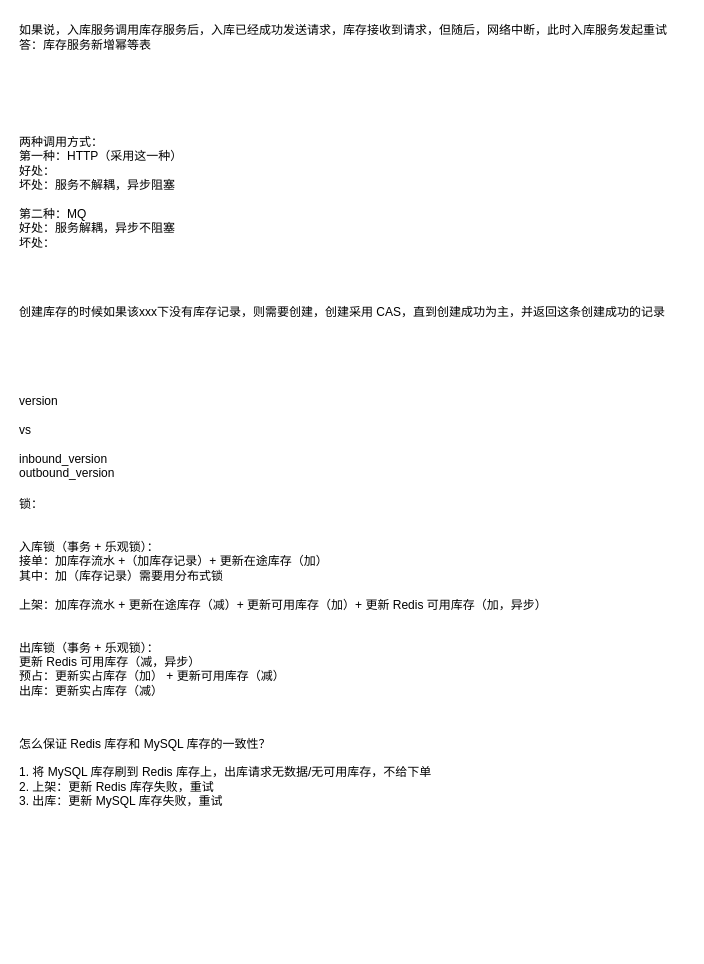
Above: 库存数据准确性问题.drawio in HaiHuangCHN/diagrams (draw.io), before the change. Source tidied: cells renumbered, new cells numbered last; positions are measured from the earlier drawing's top-left corner, leaving out a move shared by most shapes. Both pictures are drawn from the tidied source at 100%, with x=0, y=0 at pixel (17, 17).
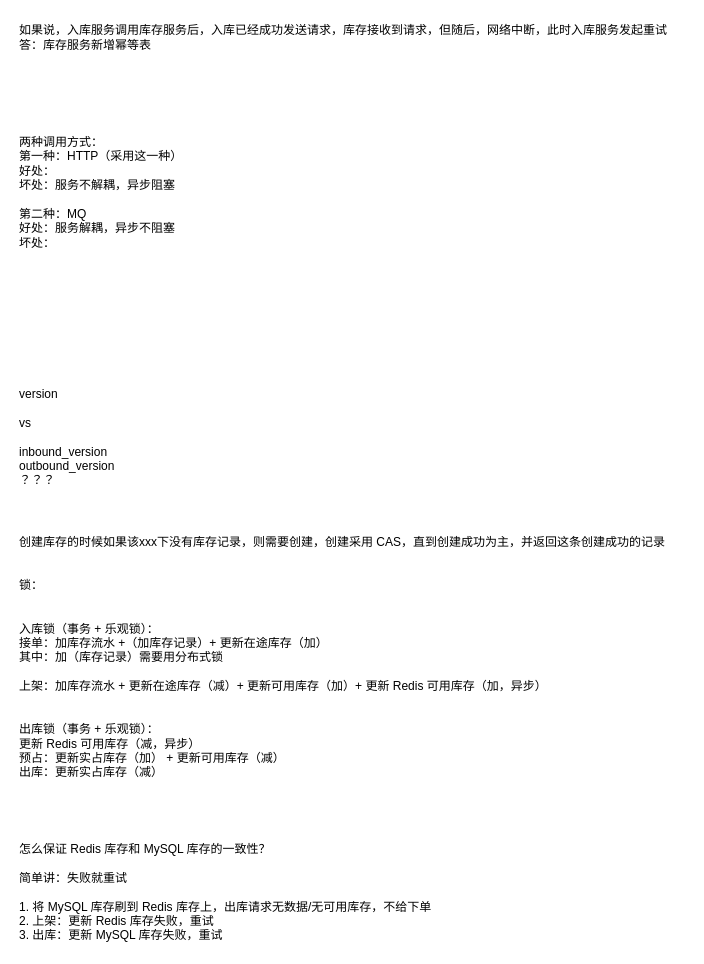
The same page after the edit.

Commit message:
更新库存数据准确性问题.drawio

Diff of the diagram source:
```diff
@@
 <mxGraphModel>
   <root>
     <mxCell id="0" />
     <mxCell id="1" parent="0" />
     <mxCell id="2" value="如果说，入库服务调用库存服务后，入库已经成功发送请求，库存接收到请求，但随后，网络中断，此时入库服务发起重试&lt;div&gt;答：库存服务新增幂等表&lt;/div&gt;" style="text;html=1;align=left;verticalAlign=middle;strokeColor=none;fillColor=none;" parent="1" vertex="1">
       <mxGeometry width="670" height="40" as="geometry" />
     </mxCell>
     <mxCell id="3" value="两种调用方式：&lt;div&gt;第一种：HTTP（采用这一种）&lt;/div&gt;&lt;div&gt;好处：&lt;/div&gt;&lt;div&gt;坏处：服务不解耦，异步阻塞&lt;/div&gt;&lt;div&gt;&lt;br&gt;&lt;/div&gt;&lt;div&gt;第二种：MQ&lt;/div&gt;&lt;div&gt;好处：服务解耦，异步不阻塞&lt;/div&gt;&lt;div&gt;坏处：&lt;/div&gt;" style="text;html=1;align=left;verticalAlign=middle;strokeColor=none;fillColor=none;" parent="1" vertex="1">
       <mxGeometry y="110" width="190" height="130" as="geometry" />
     </mxCell>
-    <mxCell id="4" value="创建库存的时候如果该xxx下没有库存记录，则需要创建，创建采用 CAS，直到创建成功为主，并返回这条创建成功的记录" style="text;html=1;align=left;verticalAlign=middle;strokeColor=none;fillColor=none;" parent="1" vertex="1">
-      <mxGeometry y="280" width="670" height="30" as="geometry" />
-    </mxCell>
-    <mxCell id="5" value="&lt;div&gt;version&lt;/div&gt;&lt;div&gt;&lt;br&gt;&lt;/div&gt;&lt;div&gt;vs&lt;/div&gt;&lt;div&gt;&lt;br&gt;&lt;/div&gt;inbound_version&lt;div&gt;outbound_version&lt;/div&gt;" style="text;html=1;align=left;verticalAlign=middle;strokeColor=none;fillColor=none;" parent="1" vertex="1">
-      <mxGeometry y="370" width="120" height="100" as="geometry" />
+    <mxCell id="5" value="&lt;div&gt;version&lt;/div&gt;&lt;div&gt;&lt;br&gt;&lt;/div&gt;&lt;div&gt;vs&lt;/div&gt;&lt;div&gt;&lt;br&gt;&lt;/div&gt;inbound_version&lt;div&gt;outbound_version&lt;/div&gt;&lt;div&gt;？？？&lt;/div&gt;" style="text;html=1;align=left;verticalAlign=middle;strokeColor=none;fillColor=none;" parent="1" vertex="1">
+      <mxGeometry y="365" width="120" height="110" as="geometry" />
     </mxCell>
-    <mxCell id="6" value="锁：&lt;div&gt;&lt;br&gt;&lt;div&gt;&lt;br&gt;&lt;/div&gt;&lt;div&gt;入库锁（事务 + 乐观锁）：&lt;/div&gt;&lt;div&gt;接单：加库存流水 +（加库存记录）+ 更新在途库存（加）&lt;/div&gt;&lt;div&gt;其中：加（库存记录）需要用分布式锁&lt;/div&gt;&lt;div&gt;&lt;br&gt;&lt;/div&gt;&lt;div&gt;上架：加库存流水 +&amp;nbsp;&lt;span style=&quot;background-color: transparent; color: light-dark(rgb(0, 0, 0), rgb(255, 255, 255));&quot;&gt;更新在途库存（减）&lt;/span&gt;&lt;span style=&quot;background-color: transparent; color: light-dark(rgb(0, 0, 0), rgb(255, 255, 255));&quot;&gt;+ 更新可用库存（加）+ 更新 Redis 可用库存（加，异步）&lt;/span&gt;&lt;/div&gt;&lt;div&gt;&lt;br&gt;&lt;/div&gt;&lt;div&gt;&lt;br&gt;&lt;/div&gt;&lt;div&gt;&lt;span style=&quot;background-color: transparent; color: light-dark(rgb(0, 0, 0), rgb(255, 255, 255));&quot;&gt;出库锁（&lt;/span&gt;&lt;span style=&quot;background-color: transparent; color: light-dark(rgb(0, 0, 0), rgb(255, 255, 255));&quot;&gt;事务 +&lt;/span&gt;&lt;span style=&quot;background-color: transparent; color: light-dark(rgb(0, 0, 0), rgb(255, 255, 255));&quot;&gt;&amp;nbsp;&lt;/span&gt;&lt;span style=&quot;background-color: transparent; color: light-dark(rgb(0, 0, 0), rgb(255, 255, 255));&quot;&gt;乐观锁）：&lt;/span&gt;&lt;/div&gt;&lt;div&gt;更新 Redis 可用库存（减，异步）&lt;span style=&quot;background-color: transparent; color: light-dark(rgb(0, 0, 0), rgb(255, 255, 255));&quot;&gt;&lt;/span&gt;&lt;/div&gt;&lt;div&gt;预占：&lt;span style=&quot;background-color: transparent; color: light-dark(rgb(0, 0, 0), rgb(255, 255, 255));&quot;&gt;更新&lt;/span&gt;&lt;span style=&quot;background-color: transparent; color: light-dark(rgb(0, 0, 0), rgb(255, 255, 255));&quot;&gt;实占库存（加） +&amp;nbsp;&lt;/span&gt;&lt;span style=&quot;background-color: transparent; color: light-dark(rgb(0, 0, 0), rgb(255, 255, 255));&quot;&gt;更新可用库存（减）&lt;/span&gt;&lt;/div&gt;&lt;/div&gt;&lt;div&gt;&lt;span style=&quot;background-color: transparent; color: light-dark(rgb(0, 0, 0), rgb(255, 255, 255));&quot;&gt;出库：&lt;/span&gt;&lt;span style=&quot;background-color: transparent; color: light-dark(rgb(0, 0, 0), rgb(255, 255, 255));&quot;&gt;更新&lt;/span&gt;&lt;span style=&quot;background-color: transparent; color: light-dark(rgb(0, 0, 0), rgb(255, 255, 255));&quot;&gt;实占库存（减）&lt;/span&gt;&lt;/div&gt;" style="text;html=1;align=left;verticalAlign=middle;strokeColor=none;fillColor=none;" parent="1" vertex="1">
-      <mxGeometry y="475" width="550" height="210" as="geometry" />
+    <mxCell id="6" value="&lt;div&gt;创建库存的时候如果该xxx下没有库存记录，则需要创建，创建采用 CAS，直到创建成功为主，并返回这条创建成功的记录&lt;/div&gt;&lt;div&gt;&lt;br&gt;&lt;/div&gt;&lt;div&gt;&lt;br&gt;&lt;/div&gt;锁：&lt;div&gt;&lt;br&gt;&lt;div&gt;&lt;br&gt;&lt;/div&gt;&lt;div&gt;入库锁（事务 + 乐观锁）：&lt;/div&gt;&lt;div&gt;接单：加库存流水 +（加库存记录）+ 更新在途库存（加）&lt;/div&gt;&lt;div&gt;其中：加（库存记录）需要用分布式锁&lt;/div&gt;&lt;div&gt;&lt;br&gt;&lt;/div&gt;&lt;div&gt;上架：加库存流水 +&amp;nbsp;&lt;span style=&quot;background-color: transparent; color: light-dark(rgb(0, 0, 0), rgb(255, 255, 255));&quot;&gt;更新在途库存（减）&lt;/span&gt;&lt;span style=&quot;background-color: transparent; color: light-dark(rgb(0, 0, 0), rgb(255, 255, 255));&quot;&gt;+ 更新可用库存（加）+ 更新 Redis 可用库存（加，异步）&lt;/span&gt;&lt;/div&gt;&lt;div&gt;&lt;br&gt;&lt;/div&gt;&lt;div&gt;&lt;br&gt;&lt;/div&gt;&lt;div&gt;&lt;span style=&quot;background-color: transparent; color: light-dark(rgb(0, 0, 0), rgb(255, 255, 255));&quot;&gt;出库锁（&lt;/span&gt;&lt;span style=&quot;background-color: transparent; color: light-dark(rgb(0, 0, 0), rgb(255, 255, 255));&quot;&gt;事务 +&lt;/span&gt;&lt;span style=&quot;background-color: transparent; color: light-dark(rgb(0, 0, 0), rgb(255, 255, 255));&quot;&gt;&amp;nbsp;&lt;/span&gt;&lt;span style=&quot;background-color: transparent; color: light-dark(rgb(0, 0, 0), rgb(255, 255, 255));&quot;&gt;乐观锁）：&lt;/span&gt;&lt;/div&gt;&lt;div&gt;更新 Redis 可用库存（减，异步）&lt;span style=&quot;background-color: transparent; color: light-dark(rgb(0, 0, 0), rgb(255, 255, 255));&quot;&gt;&lt;/span&gt;&lt;/div&gt;&lt;div&gt;预占：&lt;span style=&quot;background-color: transparent; color: light-dark(rgb(0, 0, 0), rgb(255, 255, 255));&quot;&gt;更新&lt;/span&gt;&lt;span style=&quot;background-color: transparent; color: light-dark(rgb(0, 0, 0), rgb(255, 255, 255));&quot;&gt;实占库存（加） +&amp;nbsp;&lt;/span&gt;&lt;span style=&quot;background-color: transparent; color: light-dark(rgb(0, 0, 0), rgb(255, 255, 255));&quot;&gt;更新可用库存（减）&lt;/span&gt;&lt;/div&gt;&lt;/div&gt;&lt;div&gt;&lt;span style=&quot;background-color: transparent; color: light-dark(rgb(0, 0, 0), rgb(255, 255, 255));&quot;&gt;出库：&lt;/span&gt;&lt;span style=&quot;background-color: transparent; color: light-dark(rgb(0, 0, 0), rgb(255, 255, 255));&quot;&gt;更新&lt;/span&gt;&lt;span style=&quot;background-color: transparent; color: light-dark(rgb(0, 0, 0), rgb(255, 255, 255));&quot;&gt;实占库存（减）&lt;/span&gt;&lt;/div&gt;" style="text;html=1;align=left;verticalAlign=middle;strokeColor=none;fillColor=none;" parent="1" vertex="1">
+      <mxGeometry y="510" width="670" height="260" as="geometry" />
     </mxCell>
-    <mxCell id="7" value="怎么保证 Redis 库存和 MySQL 库存的一致性？&lt;div&gt;&lt;br&gt;&lt;/div&gt;&lt;div&gt;1. 将 MySQL 库存刷到 Redis 库存上，出库请求无数据/无可用库存，不给下单&lt;/div&gt;&lt;div&gt;2. 上架：&lt;span style=&quot;background-color: transparent; color: light-dark(rgb(0, 0, 0), rgb(255, 255, 255));&quot;&gt;更新 Redis 库存失败，重试&lt;/span&gt;&lt;/div&gt;&lt;div&gt;&lt;span style=&quot;background-color: transparent; color: light-dark(rgb(0, 0, 0), rgb(255, 255, 255));&quot;&gt;3. 出库：更新 MySQL 库存失败，重试&lt;/span&gt;&lt;/div&gt;" style="text;html=1;align=left;verticalAlign=middle;strokeColor=none;fillColor=none;" parent="1" vertex="1">
-      <mxGeometry y="710" width="440" height="90" as="geometry" />
+    <mxCell id="7" value="怎么保证 Redis 库存和 MySQL 库存的一致性？&lt;div&gt;&lt;br&gt;&lt;/div&gt;&lt;div&gt;简单讲：失败就重试&lt;br&gt;&lt;div&gt;&lt;br&gt;&lt;/div&gt;&lt;div&gt;1. 将 MySQL 库存刷到 Redis 库存上，出库请求无数据/无可用库存，不给下单&lt;/div&gt;&lt;div&gt;2. 上架：&lt;span style=&quot;background-color: transparent; color: light-dark(rgb(0, 0, 0), rgb(255, 255, 255));&quot;&gt;更新 Redis 库存失败，重试&lt;/span&gt;&lt;/div&gt;&lt;div&gt;&lt;span style=&quot;background-color: transparent; color: light-dark(rgb(0, 0, 0), rgb(255, 255, 255));&quot;&gt;3. 出库：更新 MySQL 库存失败，重试&lt;/span&gt;&lt;/div&gt;&lt;/div&gt;" style="text;html=1;align=left;verticalAlign=middle;strokeColor=none;fillColor=none;" parent="1" vertex="1">
+      <mxGeometry y="820" width="440" height="110" as="geometry" />
     </mxCell>
   </root>
 </mxGraphModel>
```
